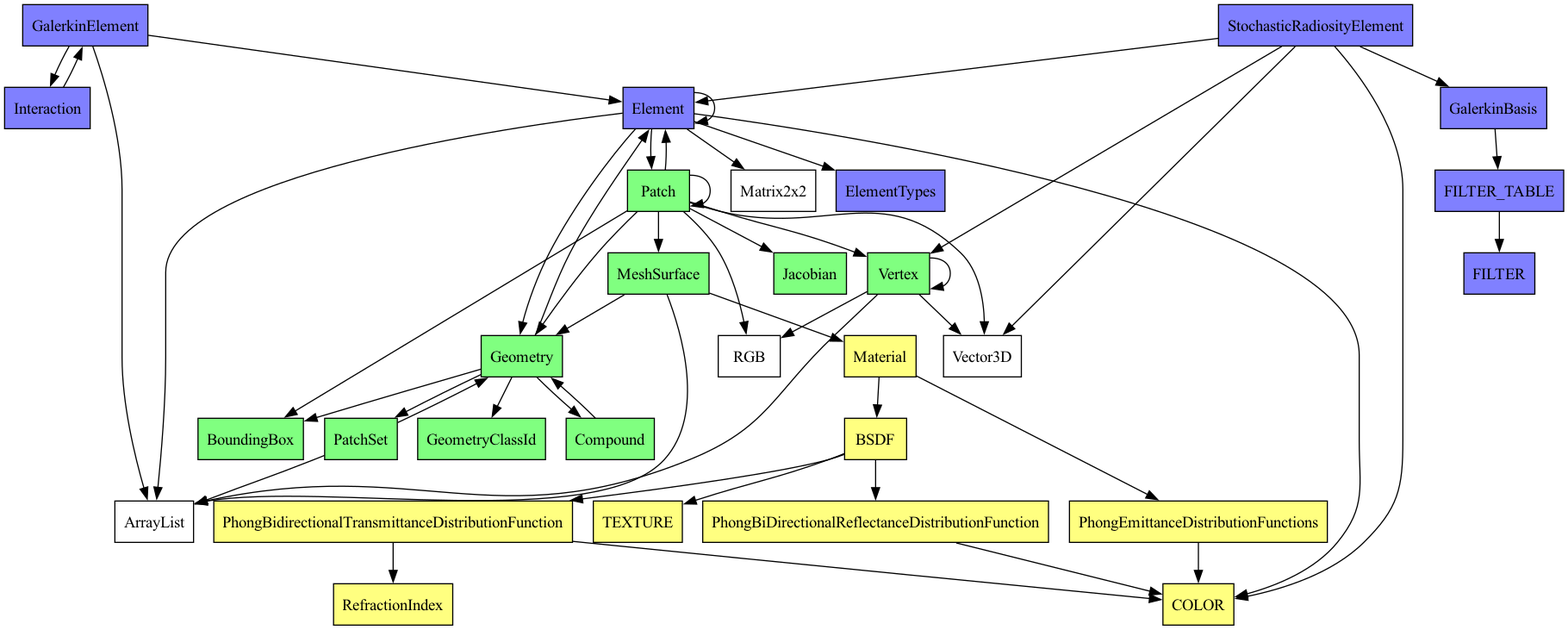
Earlier version of the Graphviz export doc/coreModelClasses.png (OscarChavarro/rpkCpp). Its source is kept beside it as doc/coreModelClasses.dot.
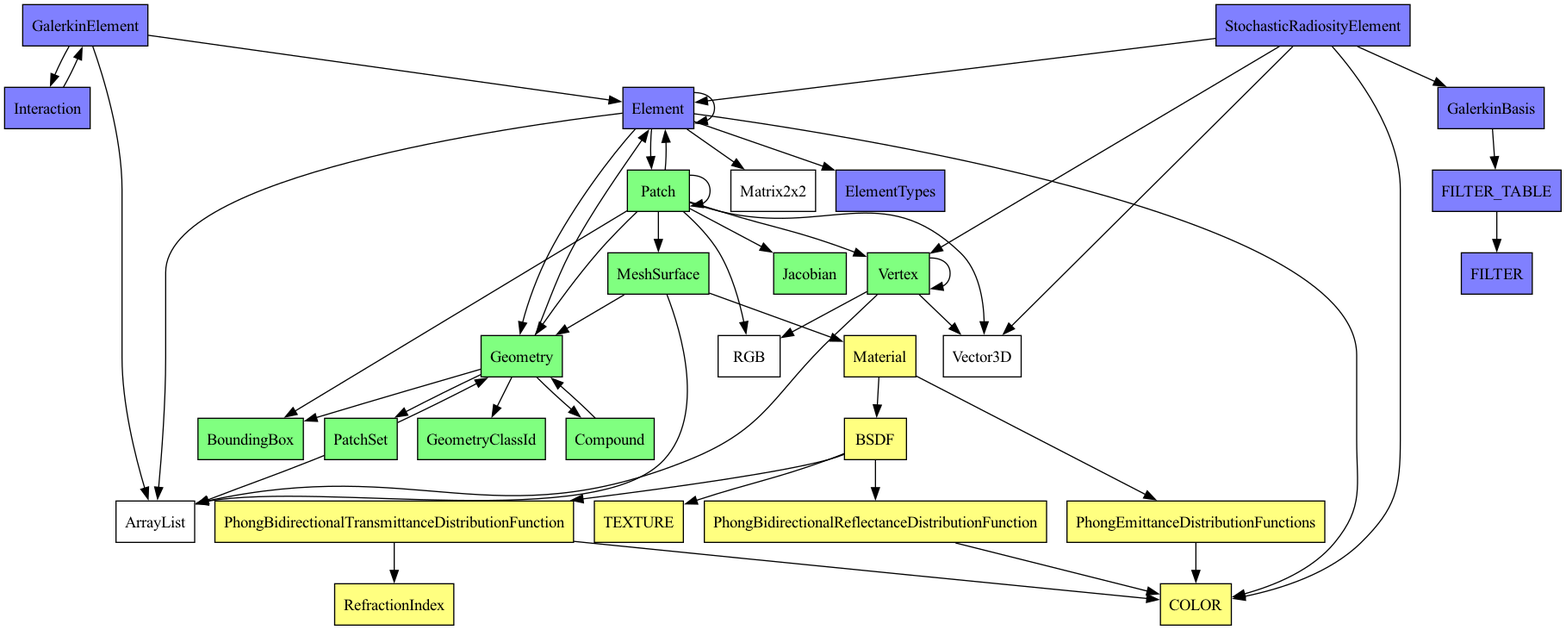
Above is the later version.

Commit message:
Refactor: PhongBidirectionalReflectanceDistributionFunction

Diff of the diagram source:
```diff
@@ -29,7 +29,7 @@
     TEXTURE [shape=box, style=filled, fillcolor="#ffff80"];
     PhongBidirectionalTransmittanceDistributionFunction [shape=box, style=filled, fillcolor="#ffff80"];
     RefractionIndex [shape=box, style=filled, fillcolor="#ffff80"];
-    PhongBiDirectionalReflectanceDistributionFunction [shape=box, style=filled, fillcolor="#ffff80"];
+    PhongBidirectionalReflectanceDistributionFunction [shape=box, style=filled, fillcolor="#ffff80"];
     COLOR [shape=box, style=filled, fillcolor="#ffff80"];
 
     Vertex -> Vector3D;
@@ -64,10 +64,10 @@
     Patch -> Geometry;
     Patch -> MeshSurface;
     PhongEmittanceDistributionFunctions -> COLOR;
-    PhongBiDirectionalReflectanceDistributionFunction -> COLOR;
+    PhongBidirectionalReflectanceDistributionFunction -> COLOR;
     PhongBidirectionalTransmittanceDistributionFunction -> COLOR;
     PhongBidirectionalTransmittanceDistributionFunction -> RefractionIndex;
-    BSDF -> PhongBiDirectionalReflectanceDistributionFunction;
+    BSDF -> PhongBidirectionalReflectanceDistributionFunction;
     BSDF -> PhongBidirectionalTransmittanceDistributionFunction;
     BSDF -> TEXTURE;
     Material -> PhongEmittanceDistributionFunctions;
```
